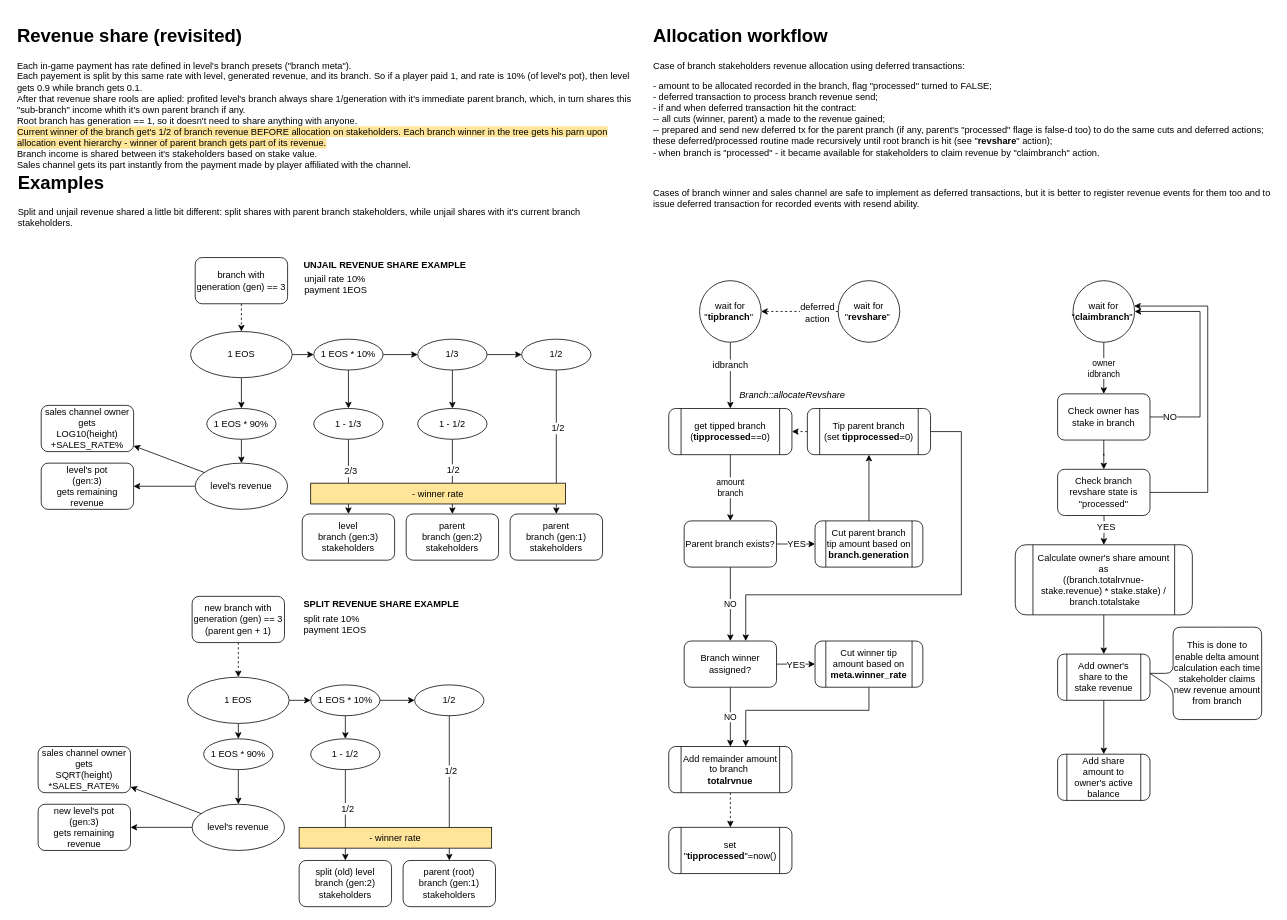
Above: page "revenue share" (12 of 14) of ia/WOFFLER IA.drawio in cptn-solo/woffler_contract (draw.io), before the change. Source tidied: cells renumbered, new cells numbered last; positions are measured from the earlier drawing's top-left corner, leaving out a move shared by most shapes. Both pictures are drawn from the tidied source at 77%, with x=0, y=0 at pixel (12, 21).
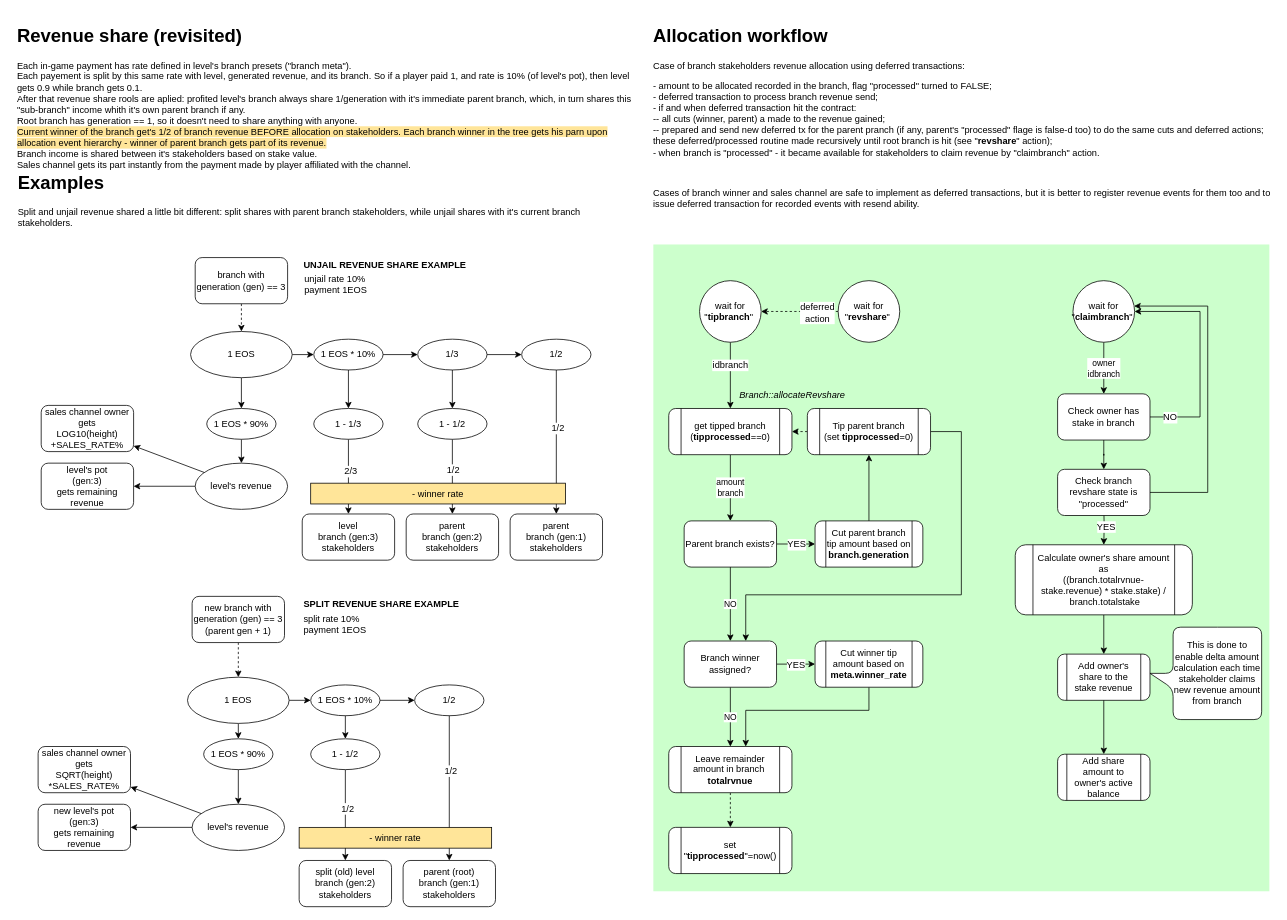
After the change.

Diff of the diagram source:
```diff
@@
+    <mxCell id="108" parent="0" />
+    <mxCell id="109" style="rounded=0;whiteSpace=wrap;html=1;rotation=0;strokeColor=none;fillColor=#CCFFCC;" parent="108" vertex="1">
+      <mxGeometry x="832" y="290" width="800" height="840" as="geometry" />
+    </mxCell>
@@
-    <mxCell id="97" value="Add remainder amount to branch&amp;nbsp;&lt;br&gt;&lt;span&gt;&lt;b&gt;totalrvnue&lt;/b&gt;&lt;/span&gt;" style="shape=process;whiteSpace=wrap;html=1;backgroundOutline=1;rounded=1;" parent="1" vertex="1">
+    <mxCell id="97" value="Leave remainder amount in branch&amp;nbsp;&lt;br&gt;&lt;span&gt;&lt;b&gt;totalrvnue&lt;/b&gt;&lt;/span&gt;" style="shape=process;whiteSpace=wrap;html=1;backgroundOutline=1;rounded=1;" parent="1" vertex="1">
       <mxGeometry x="852" y="942" width="160" height="60" as="geometry" />
     </mxCell>
```
